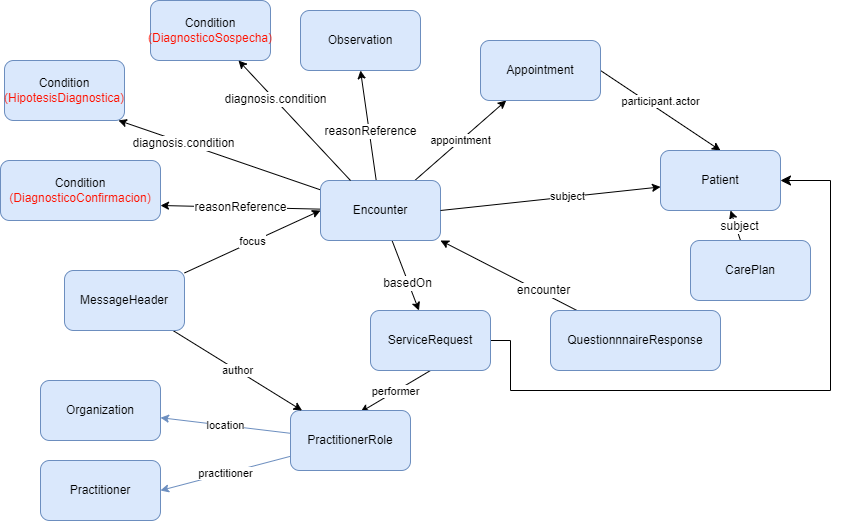
Above: input/images/atender-recursos.png in Minsal-CL/SIGTEv2-IG (draw.io), before the change. Source tidied: cells renumbered, new cells last; positions are measured from the earlier drawing's top-left corner, leaving out a move shared by most shapes.
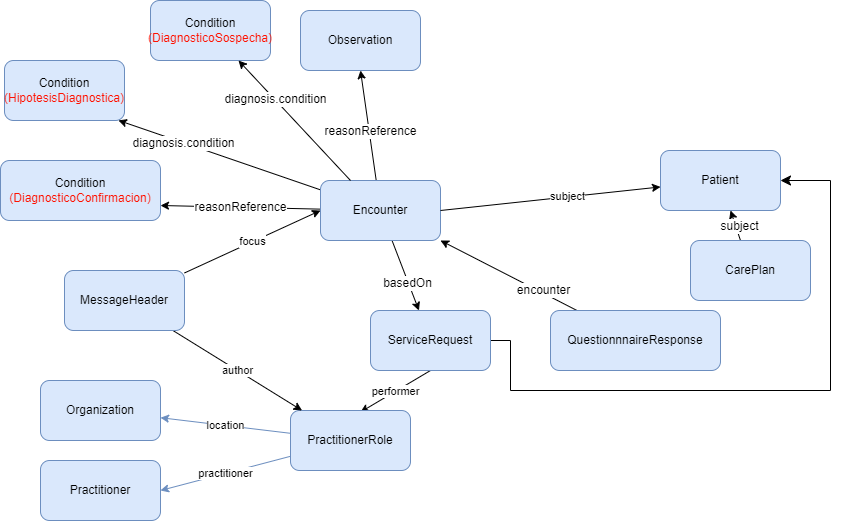
Above is the later version.

The edit, as a diff of the source:
```diff
@@ -2,9 +2,6 @@
   <root>
     <mxCell id="0" />
     <mxCell id="1" parent="0" />
-    <mxCell id="2" value="appointment" style="edgeStyle=none;rounded=0;jettySize=auto;html=1;" parent="1" edge="1" source="10" target="24">
-      <mxGeometry relative="1" as="geometry" />
-    </mxCell>
     <mxCell id="3" style="edgeStyle=none;rounded=0;jettySize=auto;html=1;fontSize=12;" parent="1" edge="1" source="10" target="30">
       <mxGeometry relative="1" as="geometry" />
     </mxCell>
@@ -66,17 +63,6 @@
     <mxCell id="21" value="MessageHeader" style="rounded=1;whiteSpace=wrap;html=1;fillColor=#dae8fc;strokeColor=#6c8ebf;" parent="1" vertex="1">
       <mxGeometry x="64" y="270" width="120" height="60" as="geometry" />
     </mxCell>
-    <mxCell id="22" style="rounded=0;jettySize=auto;html=1;entryX=0.5;entryY=0;entryDx=0;entryDy=0;fontColor=default;exitX=1;exitY=0.5;exitDx=0;exitDy=0;" parent="1" edge="1" source="24" target="28">
-      <mxGeometry relative="1" as="geometry" />
-    </mxCell>
-    <mxCell id="23" value="participant.actor" style="edgeLabel;html=1;align=center;verticalAlign=middle;fontColor=default;" parent="22" vertex="1">
-      <mxGeometry x="-0.41" y="-22" relative="1" as="geometry">
-        <mxPoint x="36" y="-12" as="offset" />
-      </mxGeometry>
-    </mxCell>
-    <mxCell id="24" value="Appointment" style="rounded=1;whiteSpace=wrap;html=1;fillColor=#dae8fc;strokeColor=#6c8ebf;" parent="1" vertex="1">
-      <mxGeometry x="480" y="40" width="120" height="60" as="geometry" />
-    </mxCell>
     <mxCell id="25" style="edgeStyle=none;rounded=0;jettySize=auto;html=1;entryX=1;entryY=1;entryDx=0;entryDy=0;fontSize=12;" parent="1" edge="1" source="27" target="10">
       <mxGeometry relative="1" as="geometry" />
     </mxCell>
```
